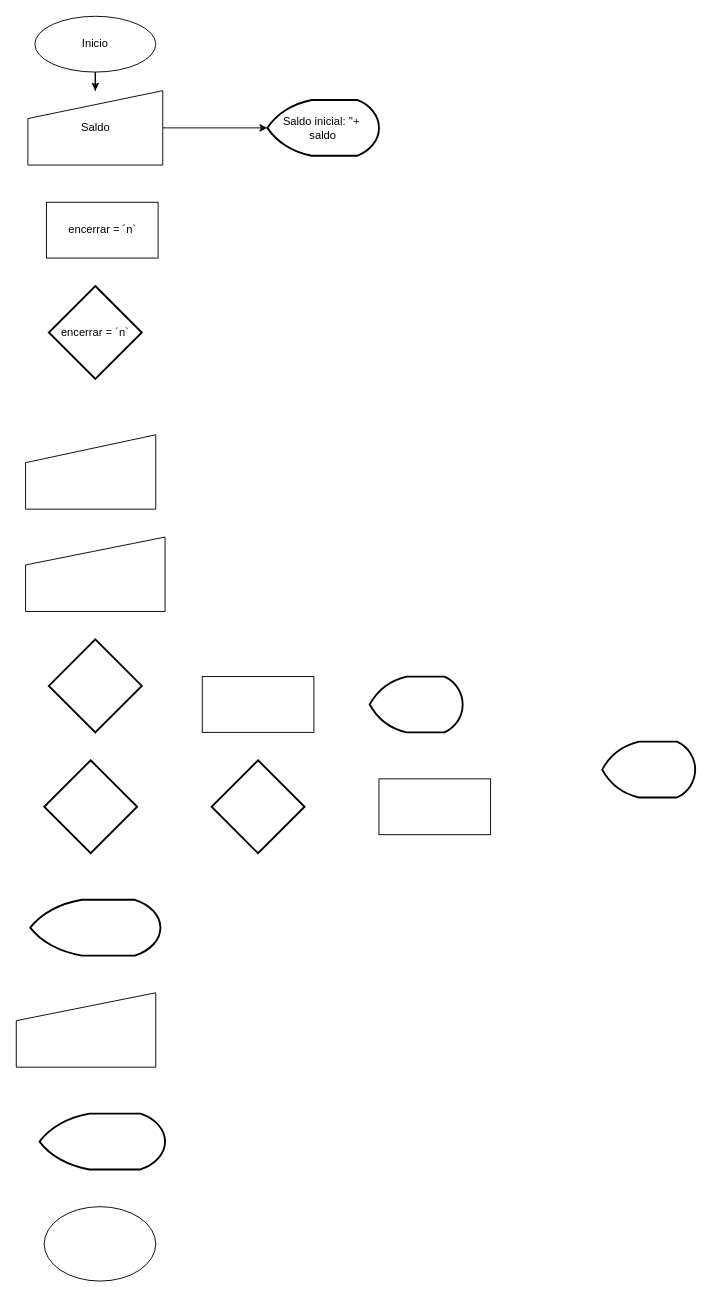
Before: tarefa1.drawio in Antonietaflor/Senai-versao-colabora-ao, a draw.io diagram. Source tidied: cells renumbered, new cells numbered last; positions are measured from the earlier drawing's top-left corner, leaving out a move shared by most shapes. Both pictures are drawn from the tidied source at 93%, with x=0, y=0 at pixel (16, 16).
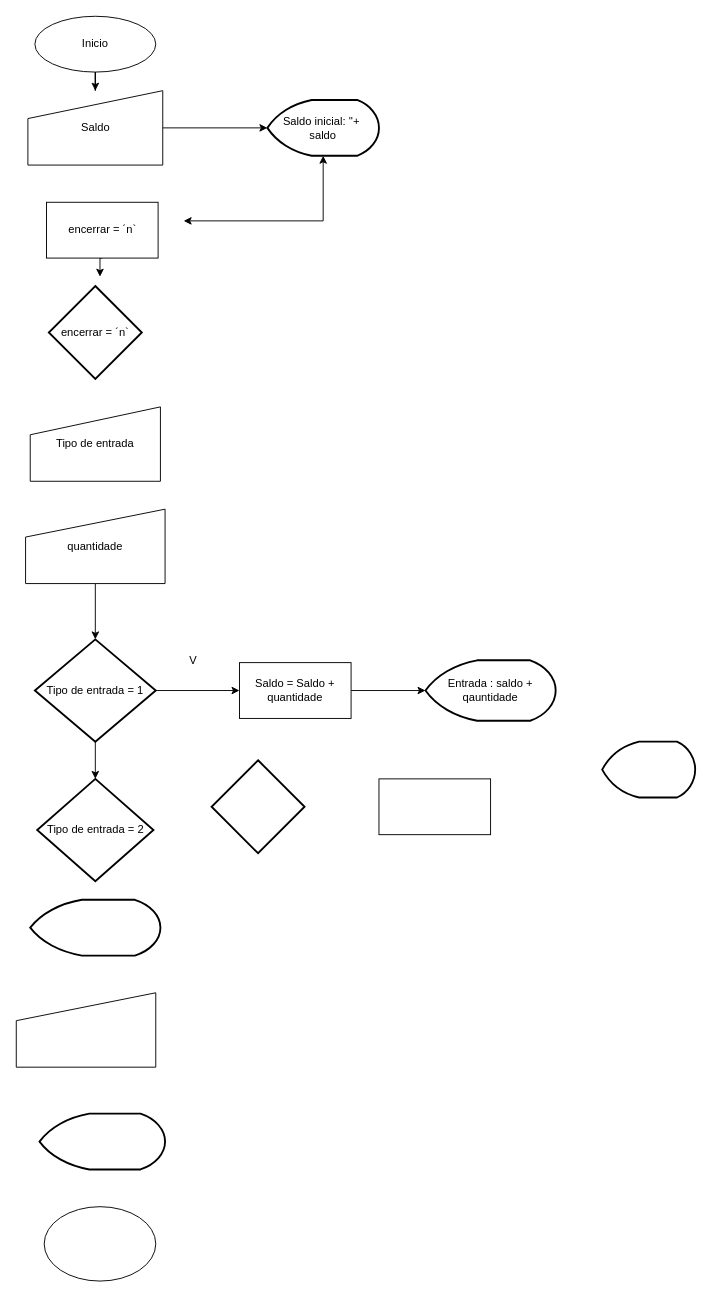
After the change.

Unchanged cells that the change refers to:
```xml
<mxCell id="6" value="encerrar = ´n`" style="rounded=0;whiteSpace=wrap;html=1;" parent="1" vertex="1">
  <mxGeometry x="32.5" y="200" width="120" height="60" as="geometry" />
</mxCell>
<mxCell id="15" value="Saldo inicial: ''+&amp;nbsp;&lt;div&gt;saldo&lt;/div&gt;" style="strokeWidth=2;html=1;shape=mxgraph.flowchart.display;whiteSpace=wrap;" parent="1" vertex="1">
  <mxGeometry x="270" y="90" width="120" height="60" as="geometry" />
</mxCell>
```

Diff of the diagram source:
```diff
@@
+    <mxCell id="22" style="edgeStyle=orthogonalEdgeStyle;rounded=0;jettySize=auto;html=1;exitX=0.5;exitY=1;exitDx=0;exitDy=0;" parent="1" edge="1" source="6">
+      <mxGeometry relative="1" as="geometry">
+        <mxPoint x="90" y="280" as="targetPoint" />
+      </mxGeometry>
+    </mxCell>
@@
+    <mxCell id="23" style="edgeStyle=orthogonalEdgeStyle;rounded=0;jettySize=auto;html=1;" parent="1" edge="1" source="9" target="11">
+      <mxGeometry relative="1" as="geometry" />
+    </mxCell>
-    <mxCell id="9" style="shape=manualInput;whiteSpace=wrap;html=1;" parent="1" vertex="1">
-      <mxGeometry x="10" y="560" width="150" height="80" as="geometry" />
+    <mxCell id="9" value="quantidade" style="shape=manualInput;whiteSpace=wrap;html=1;" parent="1" vertex="1">
+      <mxGeometry x="10" y="530" width="150" height="80" as="geometry" />
     </mxCell>
-    <mxCell id="10" style="shape=manualInput;whiteSpace=wrap;html=1;" parent="1" vertex="1">
-      <mxGeometry x="10" y="450" width="140" height="80" as="geometry" />
+    <mxCell id="10" value="Tipo de entrada" style="shape=manualInput;whiteSpace=wrap;html=1;" parent="1" vertex="1">
+      <mxGeometry x="15" y="420" width="140" height="80" as="geometry" />
     </mxCell>
+    <mxCell id="24" style="edgeStyle=orthogonalEdgeStyle;rounded=0;jettySize=auto;html=1;" parent="1" edge="1" source="11" target="12">
+      <mxGeometry relative="1" as="geometry" />
+    </mxCell>
+    <mxCell id="25" style="edgeStyle=orthogonalEdgeStyle;rounded=0;jettySize=auto;html=1;" parent="1" edge="1" source="11" target="13">
+      <mxGeometry relative="1" as="geometry" />
+    </mxCell>
-    <mxCell id="11" style="strokeWidth=2;html=1;shape=mxgraph.flowchart.decision;whiteSpace=wrap;" parent="1" vertex="1">
-      <mxGeometry x="35" y="670" width="100" height="100" as="geometry" />
+    <mxCell id="11" value="Tipo de entrada = 1" style="strokeWidth=2;html=1;shape=mxgraph.flowchart.decision;whiteSpace=wrap;" parent="1" vertex="1">
+      <mxGeometry x="20" y="670" width="130" height="110" as="geometry" />
     </mxCell>
-    <mxCell id="12" style="strokeWidth=2;html=1;shape=mxgraph.flowchart.decision;whiteSpace=wrap;" parent="1" vertex="1">
-      <mxGeometry x="30" y="800" width="100" height="100" as="geometry" />
+    <mxCell id="12" value="Tipo de entrada = 2" style="strokeWidth=2;html=1;shape=mxgraph.flowchart.decision;whiteSpace=wrap;" parent="1" vertex="1">
+      <mxGeometry x="22.5" y="820" width="125" height="110" as="geometry" />
     </mxCell>
+    <mxCell id="26" style="edgeStyle=orthogonalEdgeStyle;rounded=0;jettySize=auto;html=1;" parent="1" edge="1" source="13" target="19">
+      <mxGeometry relative="1" as="geometry" />
+    </mxCell>
-    <mxCell id="13" style="rounded=0;whiteSpace=wrap;html=1;" parent="1" vertex="1">
-      <mxGeometry x="200" y="710" width="120" height="60" as="geometry" />
+    <mxCell id="13" value="Saldo = Saldo + quantidade" style="rounded=0;whiteSpace=wrap;html=1;" parent="1" vertex="1">
+      <mxGeometry x="240" y="695" width="120" height="60" as="geometry" />
     </mxCell>
@@
-    <mxCell id="19" style="strokeWidth=2;html=1;shape=mxgraph.flowchart.display;whiteSpace=wrap;" parent="1" vertex="1">
-      <mxGeometry x="380" y="710" width="100" height="60" as="geometry" />
+    <mxCell id="19" value="Entrada : saldo + qauntidade" style="strokeWidth=2;html=1;shape=mxgraph.flowchart.display;whiteSpace=wrap;" parent="1" vertex="1">
+      <mxGeometry x="440" y="692.5" width="140" height="65" as="geometry" />
     </mxCell>
@@
+    <mxCell id="27" style="endArrow=classic;startArrow=classic;html=1;rounded=0;entryX=0.5;entryY=1;entryDx=0;entryDy=0;entryPerimeter=0;" parent="1" edge="1" target="15">
+      <mxGeometry relative="1" as="geometry">
+        <mxPoint x="180" y="220" as="sourcePoint" />
+        <Array as="points">
+          <mxPoint x="330" y="220" />
+        </Array>
+      </mxGeometry>
+    </mxCell>
+    <mxCell id="28" value="V" style="text;html=1;align=center;verticalAlign=middle;strokeColor=none;fillColor=none;" parent="1" vertex="1">
+      <mxGeometry x="175" y="678" width="30" height="30" as="geometry" />
+    </mxCell>
```
